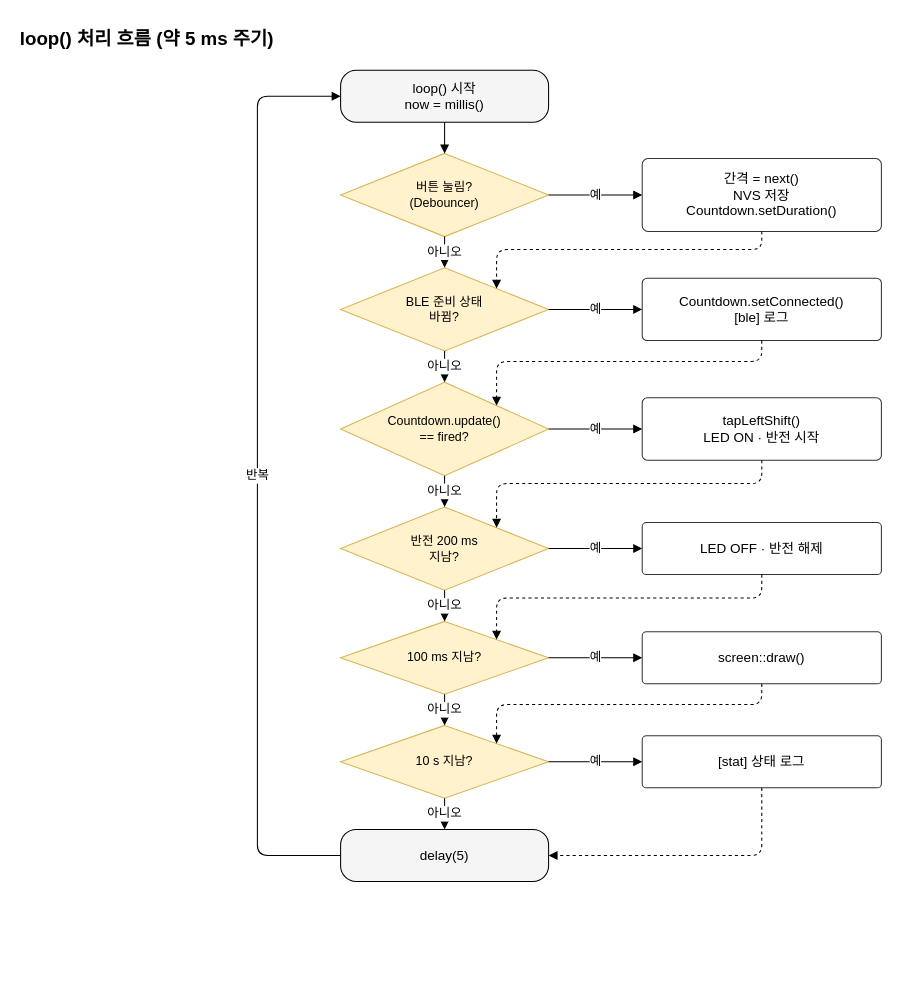
The draw.io diagram docs/diagrams/main-loop.drawio in elllight/pccaffeine_kbd, before the edit. Source tidied: cells renumbered, new cells numbered last; positions are measured from the earlier drawing's top-left corner, leaving out a move shared by most shapes. Both pictures are drawn from the tidied source at 104%, with x=0, y=0 at pixel (18, 18).
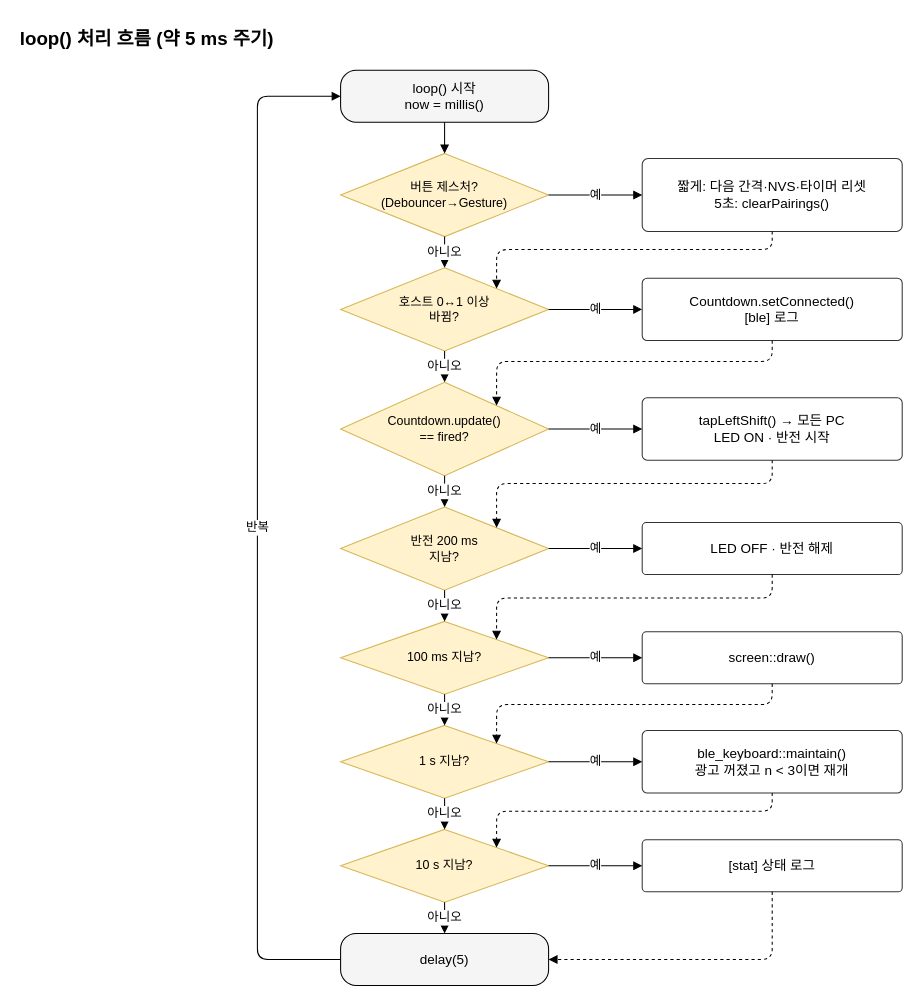
The same diagram, later.

Unchanged cells that the change refers to:
```xml
<mxCell id="3" value="loop() 시작&lt;br&gt;now = millis()" style="rounded=1;whiteSpace=wrap;html=1;arcSize=30;fontFamily=Helvetica;fontSize=13;fillColor=#f5f5f5;" parent="1" vertex="1">
  <mxGeometry x="310" y="50" width="200" height="50" as="geometry" />
</mxCell>
<mxCell id="8" value="Countdown.update()&lt;br&gt;== fired?" style="rhombus;whiteSpace=wrap;html=1;fontFamily=Helvetica;fontSize=13;fontSize=12;fillColor=#fff2cc;strokeColor=#d6b656;" parent="1" vertex="1">
  <mxGeometry x="310" y="350" width="200" height="90" as="geometry" />
</mxCell>
<mxCell id="10" value="반전 200 ms&lt;br&gt;지남?" style="rhombus;whiteSpace=wrap;html=1;fontFamily=Helvetica;fontSize=13;fontSize=12;fillColor=#fff2cc;strokeColor=#d6b656;" parent="1" vertex="1">
  <mxGeometry x="310" y="470" width="200" height="80" as="geometry" />
</mxCell>
<mxCell id="12" value="100 ms 지남?" style="rhombus;whiteSpace=wrap;html=1;fontFamily=Helvetica;fontSize=13;fontSize=12;fillColor=#fff2cc;strokeColor=#d6b656;" parent="1" vertex="1">
  <mxGeometry x="310" y="580" width="200" height="70" as="geometry" />
</mxCell>
```

What changed in the source:
```diff
@@
-    <mxCell id="4" value="버튼 눌림?&lt;br&gt;(Debouncer)" style="rhombus;whiteSpace=wrap;html=1;fontFamily=Helvetica;fontSize=13;fontSize=12;fillColor=#fff2cc;strokeColor=#d6b656;" parent="1" vertex="1">
+    <mxCell id="4" value="버튼 제스처?&lt;br&gt;(Debouncer→Gesture)" style="rhombus;whiteSpace=wrap;html=1;fontFamily=Helvetica;fontSize=13;fontSize=12;fillColor=#fff2cc;strokeColor=#d6b656;" parent="1" vertex="1">
       <mxGeometry x="310" y="130" width="200" height="80" as="geometry" />
     </mxCell>
-    <mxCell id="5" value="간격 = next()&lt;br&gt;NVS 저장&lt;br&gt;Countdown.setDuration()" style="rounded=1;whiteSpace=wrap;html=1;arcSize=8;fontFamily=Helvetica;fontSize=13;fillColor=#ffffff;strokeColor=#333333;" parent="1" vertex="1">
-      <mxGeometry x="600" y="135" width="230" height="70" as="geometry" />
+    <mxCell id="5" value="짧게: 다음 간격·NVS·타이머 리셋&lt;br&gt;5초: clearPairings()" style="rounded=1;whiteSpace=wrap;html=1;arcSize=8;fontFamily=Helvetica;fontSize=13;fillColor=#ffffff;strokeColor=#333333;" parent="1" vertex="1">
+      <mxGeometry x="600" y="135" width="250" height="70" as="geometry" />
     </mxCell>
-    <mxCell id="6" value="BLE 준비 상태&lt;br&gt;바뀜?" style="rhombus;whiteSpace=wrap;html=1;fontFamily=Helvetica;fontSize=13;fontSize=12;fillColor=#fff2cc;strokeColor=#d6b656;" parent="1" vertex="1">
+    <mxCell id="6" value="호스트 0↔1 이상&lt;br&gt;바뀜?" style="rhombus;whiteSpace=wrap;html=1;fontFamily=Helvetica;fontSize=13;fontSize=12;fillColor=#fff2cc;strokeColor=#d6b656;" parent="1" vertex="1">
       <mxGeometry x="310" y="240" width="200" height="80" as="geometry" />
     </mxCell>
     <mxCell id="7" value="Countdown.setConnected()&lt;br&gt;[ble] 로그" style="rounded=1;whiteSpace=wrap;html=1;arcSize=8;fontFamily=Helvetica;fontSize=13;fillColor=#ffffff;strokeColor=#333333;" parent="1" vertex="1">
-      <mxGeometry x="600" y="250" width="230" height="60" as="geometry" />
+      <mxGeometry x="600" y="250" width="250" height="60" as="geometry" />
     </mxCell>
@@
-    <mxCell id="9" value="tapLeftShift()&lt;br&gt;LED ON · 반전 시작" style="rounded=1;whiteSpace=wrap;html=1;arcSize=8;fontFamily=Helvetica;fontSize=13;fillColor=#ffffff;strokeColor=#333333;" parent="1" vertex="1">
-      <mxGeometry x="600" y="365" width="230" height="60" as="geometry" />
+    <mxCell id="9" value="tapLeftShift() → 모든 PC&lt;br&gt;LED ON · 반전 시작" style="rounded=1;whiteSpace=wrap;html=1;arcSize=8;fontFamily=Helvetica;fontSize=13;fillColor=#ffffff;strokeColor=#333333;" parent="1" vertex="1">
+      <mxGeometry x="600" y="365" width="250" height="60" as="geometry" />
     </mxCell>
@@
     <mxCell id="11" value="LED OFF · 반전 해제" style="rounded=1;whiteSpace=wrap;html=1;arcSize=8;fontFamily=Helvetica;fontSize=13;fillColor=#ffffff;strokeColor=#333333;" parent="1" vertex="1">
-      <mxGeometry x="600" y="485" width="230" height="50" as="geometry" />
+      <mxGeometry x="600" y="485" width="250" height="50" as="geometry" />
     </mxCell>
@@
     <mxCell id="13" value="screen::draw()" style="rounded=1;whiteSpace=wrap;html=1;arcSize=8;fontFamily=Helvetica;fontSize=13;fillColor=#ffffff;strokeColor=#333333;" parent="1" vertex="1">
-      <mxGeometry x="600" y="590" width="230" height="50" as="geometry" />
+      <mxGeometry x="600" y="590" width="250" height="50" as="geometry" />
     </mxCell>
-    <mxCell id="14" value="10 s 지남?" style="rhombus;whiteSpace=wrap;html=1;fontFamily=Helvetica;fontSize=13;fontSize=12;fillColor=#fff2cc;strokeColor=#d6b656;" parent="1" vertex="1">
+    <mxCell id="14" value="1 s 지남?" style="rhombus;whiteSpace=wrap;html=1;fontFamily=Helvetica;fontSize=13;fontSize=12;fillColor=#fff2cc;strokeColor=#d6b656;" parent="1" vertex="1">
       <mxGeometry x="310" y="680" width="200" height="70" as="geometry" />
     </mxCell>
-    <mxCell id="15" value="[stat] 상태 로그" style="rounded=1;whiteSpace=wrap;html=1;arcSize=8;fontFamily=Helvetica;fontSize=13;fillColor=#ffffff;strokeColor=#333333;" parent="1" vertex="1">
-      <mxGeometry x="600" y="690" width="230" height="50" as="geometry" />
+    <mxCell id="15" value="ble_keyboard::maintain()&lt;br&gt;광고 꺼졌고 n &amp;lt; 3이면 재개" style="rounded=1;whiteSpace=wrap;html=1;arcSize=8;fontFamily=Helvetica;fontSize=13;fillColor=#ffffff;strokeColor=#333333;" parent="1" vertex="1">
+      <mxGeometry x="600" y="685" width="250" height="60" as="geometry" />
     </mxCell>
-    <mxCell id="16" value="delay(5)" style="rounded=1;whiteSpace=wrap;html=1;arcSize=30;fontFamily=Helvetica;fontSize=13;fillColor=#f5f5f5;" parent="1" vertex="1">
-      <mxGeometry x="310" y="780" width="200" height="50" as="geometry" />
+    <mxCell id="16" value="10 s 지남?" style="rhombus;whiteSpace=wrap;html=1;fontFamily=Helvetica;fontSize=13;fontSize=12;fillColor=#fff2cc;strokeColor=#d6b656;" parent="1" vertex="1">
+      <mxGeometry x="310" y="780" width="200" height="70" as="geometry" />
     </mxCell>
-    <mxCell id="17" style="edgeStyle=orthogonalEdgeStyle;rounded=1;html=1;endArrow=block;endFill=1;fontFamily=Helvetica;fontSize=13;fontSize=12;labelBackgroundColor=#ffffff;" parent="1" edge="1" source="3" target="4">
-      <mxGeometry relative="1" as="geometry" />
+    <mxCell id="17" value="[stat] 상태 로그" style="rounded=1;whiteSpace=wrap;html=1;arcSize=8;fontFamily=Helvetica;fontSize=13;fillColor=#ffffff;strokeColor=#333333;" parent="1" vertex="1">
+      <mxGeometry x="600" y="790" width="250" height="50" as="geometry" />
     </mxCell>
-    <mxCell id="18" value="아니오" style="edgeStyle=orthogonalEdgeStyle;rounded=1;html=1;endArrow=block;endFill=1;fontFamily=Helvetica;fontSize=13;fontSize=12;labelBackgroundColor=#ffffff;" parent="1" edge="1" source="4" target="6">
-      <mxGeometry relative="1" as="geometry" />
+    <mxCell id="18" value="delay(5)" style="rounded=1;whiteSpace=wrap;html=1;arcSize=30;fontFamily=Helvetica;fontSize=13;fillColor=#f5f5f5;" parent="1" vertex="1">
+      <mxGeometry x="310" y="880" width="200" height="50" as="geometry" />
     </mxCell>
-    <mxCell id="19" value="아니오" style="edgeStyle=orthogonalEdgeStyle;rounded=1;html=1;endArrow=block;endFill=1;fontFamily=Helvetica;fontSize=13;fontSize=12;labelBackgroundColor=#ffffff;" parent="1" edge="1" source="6" target="8">
+    <mxCell id="19" style="edgeStyle=orthogonalEdgeStyle;rounded=1;html=1;endArrow=block;endFill=1;fontFamily=Helvetica;fontSize=13;fontSize=12;labelBackgroundColor=#ffffff;" parent="1" edge="1" source="3" target="4">
       <mxGeometry relative="1" as="geometry" />
     </mxCell>
-    <mxCell id="20" value="아니오" style="edgeStyle=orthogonalEdgeStyle;rounded=1;html=1;endArrow=block;endFill=1;fontFamily=Helvetica;fontSize=13;fontSize=12;labelBackgroundColor=#ffffff;" parent="1" edge="1" source="8" target="10">
+    <mxCell id="20" value="아니오" style="edgeStyle=orthogonalEdgeStyle;rounded=1;html=1;endArrow=block;endFill=1;fontFamily=Helvetica;fontSize=13;fontSize=12;labelBackgroundColor=#ffffff;" parent="1" edge="1" source="4" target="6">
       <mxGeometry relative="1" as="geometry" />
     </mxCell>
-    <mxCell id="21" value="아니오" style="edgeStyle=orthogonalEdgeStyle;rounded=1;html=1;endArrow=block;endFill=1;fontFamily=Helvetica;fontSize=13;fontSize=12;labelBackgroundColor=#ffffff;" parent="1" edge="1" source="10" target="12">
+    <mxCell id="21" value="아니오" style="edgeStyle=orthogonalEdgeStyle;rounded=1;html=1;endArrow=block;endFill=1;fontFamily=Helvetica;fontSize=13;fontSize=12;labelBackgroundColor=#ffffff;" parent="1" edge="1" source="6" target="8">
       <mxGeometry relative="1" as="geometry" />
     </mxCell>
-    <mxCell id="22" value="아니오" style="edgeStyle=orthogonalEdgeStyle;rounded=1;html=1;endArrow=block;endFill=1;fontFamily=Helvetica;fontSize=13;fontSize=12;labelBackgroundColor=#ffffff;" parent="1" edge="1" source="12" target="14">
+    <mxCell id="22" value="아니오" style="edgeStyle=orthogonalEdgeStyle;rounded=1;html=1;endArrow=block;endFill=1;fontFamily=Helvetica;fontSize=13;fontSize=12;labelBackgroundColor=#ffffff;" parent="1" edge="1" source="8" target="10">
       <mxGeometry relative="1" as="geometry" />
     </mxCell>
-    <mxCell id="23" value="아니오" style="edgeStyle=orthogonalEdgeStyle;rounded=1;html=1;endArrow=block;endFill=1;fontFamily=Helvetica;fontSize=13;fontSize=12;labelBackgroundColor=#ffffff;" parent="1" edge="1" source="14" target="16">
+    <mxCell id="23" value="아니오" style="edgeStyle=orthogonalEdgeStyle;rounded=1;html=1;endArrow=block;endFill=1;fontFamily=Helvetica;fontSize=13;fontSize=12;labelBackgroundColor=#ffffff;" parent="1" edge="1" source="10" target="12">
       <mxGeometry relative="1" as="geometry" />
     </mxCell>
-    <mxCell id="24" value="예" style="edgeStyle=orthogonalEdgeStyle;rounded=1;html=1;endArrow=block;endFill=1;fontFamily=Helvetica;fontSize=13;fontSize=12;labelBackgroundColor=#ffffff;exitX=1;exitY=0.5;entryX=0;entryY=0.5;" parent="1" edge="1" source="4" target="5">
+    <mxCell id="24" value="아니오" style="edgeStyle=orthogonalEdgeStyle;rounded=1;html=1;endArrow=block;endFill=1;fontFamily=Helvetica;fontSize=13;fontSize=12;labelBackgroundColor=#ffffff;" parent="1" edge="1" source="12" target="14">
       <mxGeometry relative="1" as="geometry" />
     </mxCell>
-    <mxCell id="25" style="edgeStyle=orthogonalEdgeStyle;rounded=1;html=1;endArrow=block;endFill=1;fontFamily=Helvetica;fontSize=13;fontSize=12;labelBackgroundColor=#ffffff;dashed=1;exitX=0.5;exitY=1;entryX=0.75;entryY=0.25;" parent="1" edge="1" source="5" target="6">
+    <mxCell id="25" value="아니오" style="edgeStyle=orthogonalEdgeStyle;rounded=1;html=1;endArrow=block;endFill=1;fontFamily=Helvetica;fontSize=13;fontSize=12;labelBackgroundColor=#ffffff;" parent="1" edge="1" source="14" target="16">
       <mxGeometry relative="1" as="geometry" />
     </mxCell>
-    <mxCell id="26" value="예" style="edgeStyle=orthogonalEdgeStyle;rounded=1;html=1;endArrow=block;endFill=1;fontFamily=Helvetica;fontSize=13;fontSize=12;labelBackgroundColor=#ffffff;exitX=1;exitY=0.5;entryX=0;entryY=0.5;" parent="1" edge="1" source="6" target="7">
+    <mxCell id="26" value="아니오" style="edgeStyle=orthogonalEdgeStyle;rounded=1;html=1;endArrow=block;endFill=1;fontFamily=Helvetica;fontSize=13;fontSize=12;labelBackgroundColor=#ffffff;" parent="1" edge="1" source="16" target="18">
       <mxGeometry relative="1" as="geometry" />
     </mxCell>
-    <mxCell id="27" style="edgeStyle=orthogonalEdgeStyle;rounded=1;html=1;endArrow=block;endFill=1;fontFamily=Helvetica;fontSize=13;fontSize=12;labelBackgroundColor=#ffffff;dashed=1;exitX=0.5;exitY=1;entryX=0.75;entryY=0.25;" parent="1" edge="1" source="7" target="8">
+    <mxCell id="27" value="예" style="edgeStyle=orthogonalEdgeStyle;rounded=1;html=1;endArrow=block;endFill=1;fontFamily=Helvetica;fontSize=13;fontSize=12;labelBackgroundColor=#ffffff;exitX=1;exitY=0.5;entryX=0;entryY=0.5;" parent="1" edge="1" source="4" target="5">
       <mxGeometry relative="1" as="geometry" />
     </mxCell>
-    <mxCell id="28" value="예" style="edgeStyle=orthogonalEdgeStyle;rounded=1;html=1;endArrow=block;endFill=1;fontFamily=Helvetica;fontSize=13;fontSize=12;labelBackgroundColor=#ffffff;exitX=1;exitY=0.5;entryX=0;entryY=0.5;" parent="1" edge="1" source="8" target="9">
+    <mxCell id="28" style="edgeStyle=orthogonalEdgeStyle;rounded=1;html=1;endArrow=block;endFill=1;fontFamily=Helvetica;fontSize=13;fontSize=12;labelBackgroundColor=#ffffff;dashed=1;exitX=0.5;exitY=1;entryX=0.75;entryY=0.25;" parent="1" edge="1" source="5" target="6">
       <mxGeometry relative="1" as="geometry" />
     </mxCell>
-    <mxCell id="29" style="edgeStyle=orthogonalEdgeStyle;rounded=1;html=1;endArrow=block;endFill=1;fontFamily=Helvetica;fontSize=13;fontSize=12;labelBackgroundColor=#ffffff;dashed=1;exitX=0.5;exitY=1;entryX=0.75;entryY=0.25;" parent="1" edge="1" source="9" target="10">
+    <mxCell id="29" value="예" style="edgeStyle=orthogonalEdgeStyle;rounded=1;html=1;endArrow=block;endFill=1;fontFamily=Helvetica;fontSize=13;fontSize=12;labelBackgroundColor=#ffffff;exitX=1;exitY=0.5;entryX=0;entryY=0.5;" parent="1" edge="1" source="6" target="7">
       <mxGeometry relative="1" as="geometry" />
     </mxCell>
-    <mxCell id="30" value="예" style="edgeStyle=orthogonalEdgeStyle;rounded=1;html=1;endArrow=block;endFill=1;fontFamily=Helvetica;fontSize=13;fontSize=12;labelBackgroundColor=#ffffff;exitX=1;exitY=0.5;entryX=0;entryY=0.5;" parent="1" edge="1" source="10" target="11">
+    <mxCell id="30" style="edgeStyle=orthogonalEdgeStyle;rounded=1;html=1;endArrow=block;endFill=1;fontFamily=Helvetica;fontSize=13;fontSize=12;labelBackgroundColor=#ffffff;dashed=1;exitX=0.5;exitY=1;entryX=0.75;entryY=0.25;" parent="1" edge="1" source="7" target="8">
       <mxGeometry relative="1" as="geometry" />
     </mxCell>
-    <mxCell id="31" style="edgeStyle=orthogonalEdgeStyle;rounded=1;html=1;endArrow=block;endFill=1;fontFamily=Helvetica;fontSize=13;fontSize=12;labelBackgroundColor=#ffffff;dashed=1;exitX=0.5;exitY=1;entryX=0.75;entryY=0.25;" parent="1" edge="1" source="11" target="12">
+    <mxCell id="31" value="예" style="edgeStyle=orthogonalEdgeStyle;rounded=1;html=1;endArrow=block;endFill=1;fontFamily=Helvetica;fontSize=13;fontSize=12;labelBackgroundColor=#ffffff;exitX=1;exitY=0.5;entryX=0;entryY=0.5;" parent="1" edge="1" source="8" target="9">
       <mxGeometry relative="1" as="geometry" />
     </mxCell>
-    <mxCell id="32" value="예" style="edgeStyle=orthogonalEdgeStyle;rounded=1;html=1;endArrow=block;endFill=1;fontFamily=Helvetica;fontSize=13;fontSize=12;labelBackgroundColor=#ffffff;exitX=1;exitY=0.5;entryX=0;entryY=0.5;" parent="1" edge="1" source="12" target="13">
+    <mxCell id="32" style="edgeStyle=orthogonalEdgeStyle;rounded=1;html=1;endArrow=block;endFill=1;fontFamily=Helvetica;fontSize=13;fontSize=12;labelBackgroundColor=#ffffff;dashed=1;exitX=0.5;exitY=1;entryX=0.75;entryY=0.25;" parent="1" edge="1" source="9" target="10">
       <mxGeometry relative="1" as="geometry" />
     </mxCell>
-    <mxCell id="33" style="edgeStyle=orthogonalEdgeStyle;rounded=1;html=1;endArrow=block;endFill=1;fontFamily=Helvetica;fontSize=13;fontSize=12;labelBackgroundColor=#ffffff;dashed=1;exitX=0.5;exitY=1;entryX=0.75;entryY=0.25;" parent="1" edge="1" source="13" target="14">
+    <mxCell id="33" value="예" style="edgeStyle=orthogonalEdgeStyle;rounded=1;html=1;endArrow=block;endFill=1;fontFamily=Helvetica;fontSize=13;fontSize=12;labelBackgroundColor=#ffffff;exitX=1;exitY=0.5;entryX=0;entryY=0.5;" parent="1" edge="1" source="10" target="11">
       <mxGeometry relative="1" as="geometry" />
     </mxCell>
-    <mxCell id="34" value="예" style="edgeStyle=orthogonalEdgeStyle;rounded=1;html=1;endArrow=block;endFill=1;fontFamily=Helvetica;fontSize=13;fontSize=12;labelBackgroundColor=#ffffff;exitX=1;exitY=0.5;entryX=0;entryY=0.5;" parent="1" edge="1" source="14" target="15">
+    <mxCell id="34" style="edgeStyle=orthogonalEdgeStyle;rounded=1;html=1;endArrow=block;endFill=1;fontFamily=Helvetica;fontSize=13;fontSize=12;labelBackgroundColor=#ffffff;dashed=1;exitX=0.5;exitY=1;entryX=0.75;entryY=0.25;" parent="1" edge="1" source="11" target="12">
       <mxGeometry relative="1" as="geometry" />
     </mxCell>
-    <mxCell id="35" style="edgeStyle=orthogonalEdgeStyle;rounded=1;html=1;endArrow=block;endFill=1;fontFamily=Helvetica;fontSize=13;fontSize=12;labelBackgroundColor=#ffffff;dashed=1;exitX=0.5;exitY=1;entryX=1;entryY=0.5;" parent="1" edge="1" source="15" target="16">
+    <mxCell id="35" value="예" style="edgeStyle=orthogonalEdgeStyle;rounded=1;html=1;endArrow=block;endFill=1;fontFamily=Helvetica;fontSize=13;fontSize=12;labelBackgroundColor=#ffffff;exitX=1;exitY=0.5;entryX=0;entryY=0.5;" parent="1" edge="1" source="12" target="13">
       <mxGeometry relative="1" as="geometry" />
     </mxCell>
-    <mxCell id="36" value="반복" style="edgeStyle=orthogonalEdgeStyle;rounded=1;html=1;endArrow=block;endFill=1;fontFamily=Helvetica;fontSize=13;fontSize=12;labelBackgroundColor=#ffffff;" parent="1" edge="1" source="16" target="3">
-      <mxGeometry relative="1" as="geometry">
-        <Array as="points">
-          <mxPoint x="230" y="805" />
-          <mxPoint x="230" y="75" />
-        </Array>
-      </mxGeometry>
+    <mxCell id="36" style="edgeStyle=orthogonalEdgeStyle;rounded=1;html=1;endArrow=block;endFill=1;fontFamily=Helvetica;fontSize=13;fontSize=12;labelBackgroundColor=#ffffff;dashed=1;exitX=0.5;exitY=1;entryX=0.75;entryY=0.25;" parent="1" edge="1" source="13" target="14">
+      <mxGeometry relative="1" as="geometry" />
     </mxCell>
+    <mxCell id="37" value="예" style="edgeStyle=orthogonalEdgeStyle;rounded=1;html=1;endArrow=block;endFill=1;fontFamily=Helvetica;fontSize=13;fontSize=12;labelBackgroundColor=#ffffff;exitX=1;exitY=0.5;entryX=0;entryY=0.5;" parent="1" edge="1" source="14" target="15">
+      <mxGeometry relative="1" as="geometry" />
+    </mxCell>
+    <mxCell id="38" style="edgeStyle=orthogonalEdgeStyle;rounded=1;html=1;endArrow=block;endFill=1;fontFamily=Helvetica;fontSize=13;fontSize=12;labelBackgroundColor=#ffffff;dashed=1;exitX=0.5;exitY=1;entryX=0.75;entryY=0.25;" parent="1" edge="1" source="15" target="16">
+      <mxGeometry relative="1" as="geometry" />
+    </mxCell>
+    <mxCell id="39" value="예" style="edgeStyle=orthogonalEdgeStyle;rounded=1;html=1;endArrow=block;endFill=1;fontFamily=Helvetica;fontSize=13;fontSize=12;labelBackgroundColor=#ffffff;exitX=1;exitY=0.5;entryX=0;entryY=0.5;" parent="1" edge="1" source="16" target="17">
+      <mxGeometry relative="1" as="geometry" />
+    </mxCell>
+    <mxCell id="40" style="edgeStyle=orthogonalEdgeStyle;rounded=1;html=1;endArrow=block;endFill=1;fontFamily=Helvetica;fontSize=13;fontSize=12;labelBackgroundColor=#ffffff;dashed=1;exitX=0.5;exitY=1;entryX=1;entryY=0.5;" parent="1" edge="1" source="17" target="18">
+      <mxGeometry relative="1" as="geometry" />
+    </mxCell>
+    <mxCell id="41" value="반복" style="edgeStyle=orthogonalEdgeStyle;rounded=1;html=1;endArrow=block;endFill=1;fontFamily=Helvetica;fontSize=13;fontSize=12;labelBackgroundColor=#ffffff;" parent="1" edge="1" source="18" target="3">
+      <mxGeometry relative="1" as="geometry">
+        <Array as="points">
+          <mxPoint x="230" y="905" />
+          <mxPoint x="230" y="75" />
+        </Array>
+      </mxGeometry>
+    </mxCell>
```
